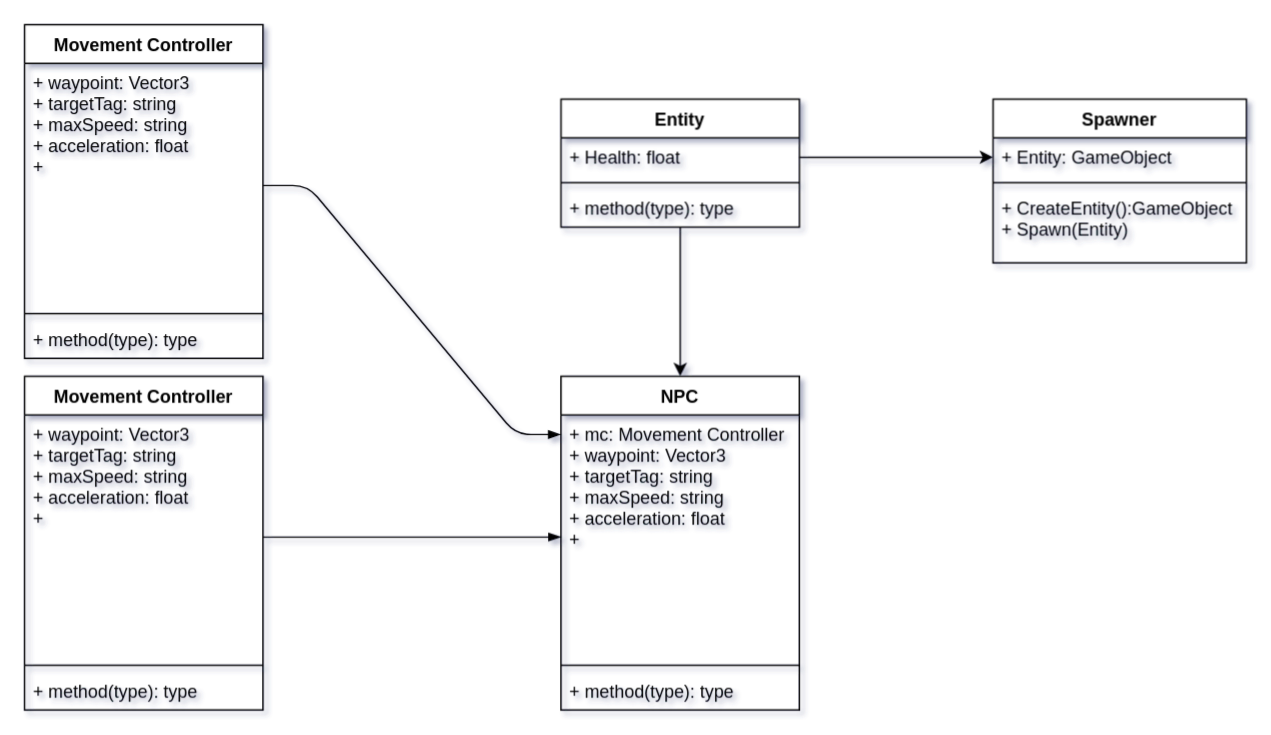
Above: Assets/Plan.drawio in eLilyPad/ConsciousWolf (draw.io), before the change. Source tidied: cells renumbered, new cells numbered last; positions are measured from the earlier drawing's top-left corner, leaving out a move shared by most shapes. Both pictures are drawn from the tidied source at 149%, with x=0, y=0 at pixel (24, 24).
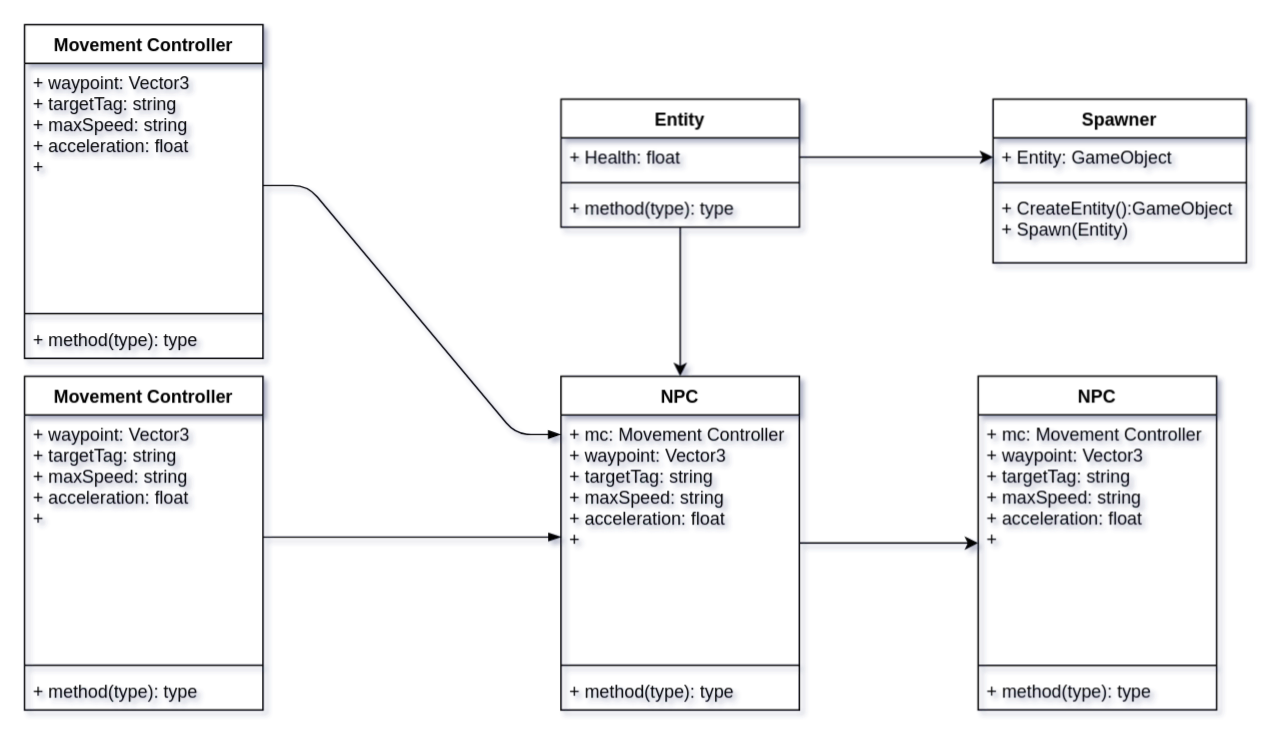
After the change.

The change refers to these unchanged cells:
```xml
<mxCell id="8" value="NPC" style="swimlane;fontStyle=1;align=center;verticalAlign=top;horizontal=1;startSize=26;" parent="1" vertex="1">
  <mxGeometry x="360" y="236" width="160" height="224" as="geometry" />
</mxCell>
```

Diff of the diagram source:
```diff
@@
+    <mxCell id="26" style="edgeStyle=none;html=1;" parent="1" edge="1" source="8" target="27">
+      <mxGeometry relative="1" as="geometry" />
+    </mxCell>
@@
+    <mxCell id="27" value="NPC" style="swimlane;fontStyle=1;align=center;verticalAlign=top;horizontal=1;startSize=26;" parent="1" vertex="1">
+      <mxGeometry x="640" y="236" width="160" height="224" as="geometry" />
+    </mxCell>
+    <mxCell id="28" value="+ mc: Movement Controller &#10;+ waypoint: Vector3&#10;+ targetTag: string&#10;+ maxSpeed: string&#10;+ acceleration: float&#10;+" style="text;strokeColor=none;fillColor=none;align=left;verticalAlign=top;spacingLeft=4;spacingRight=4;overflow=hidden;" parent="27" vertex="1">
+      <mxGeometry y="26" width="160" height="164" as="geometry" />
+    </mxCell>
+    <mxCell id="29" style="line;strokeWidth=1;fillColor=none;align=left;verticalAlign=middle;spacingTop=-1;spacingLeft=3;spacingRight=3;labelPosition=right;" parent="27" vertex="1">
+      <mxGeometry y="190" width="160" height="8" as="geometry" />
+    </mxCell>
+    <mxCell id="30" value="+ method(type): type" style="text;strokeColor=none;fillColor=none;align=left;verticalAlign=top;spacingLeft=4;spacingRight=4;overflow=hidden;" parent="27" vertex="1">
+      <mxGeometry y="198" width="160" height="26" as="geometry" />
+    </mxCell>
```
